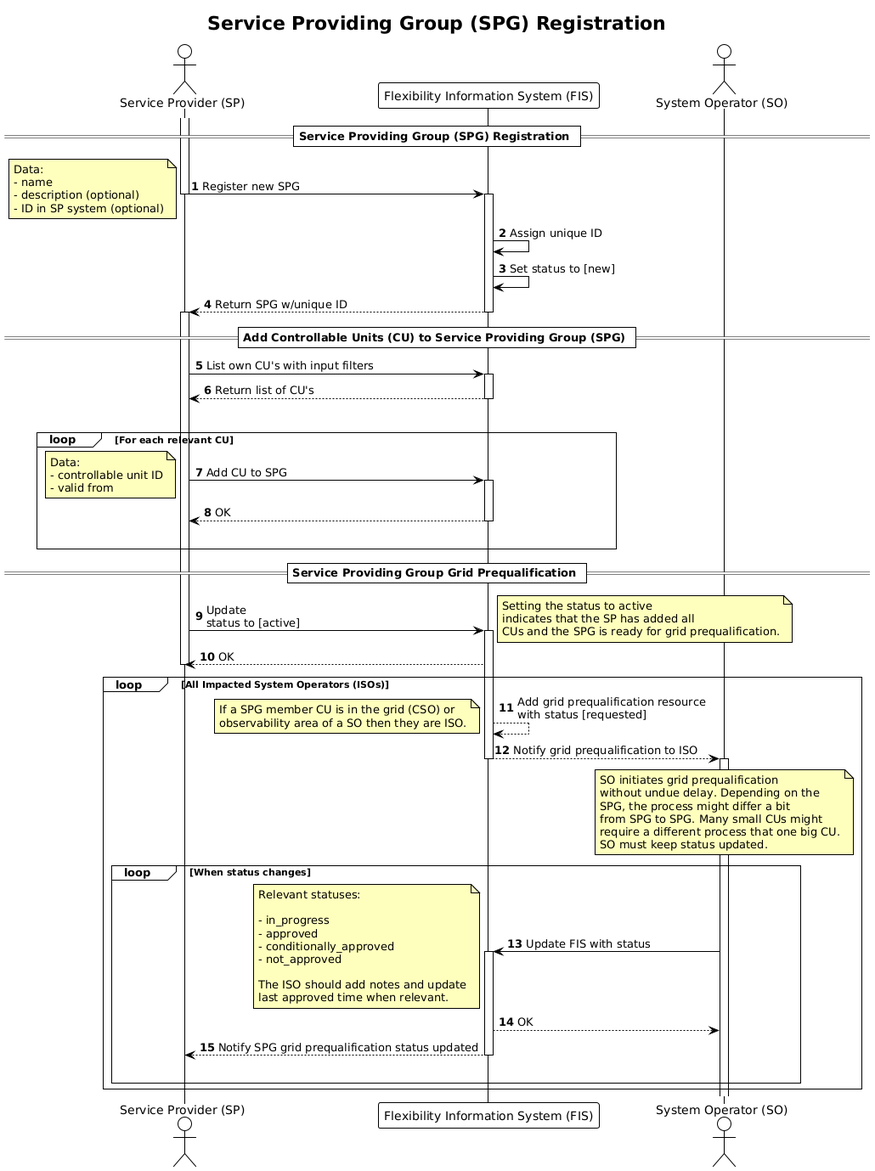
Earlier version of the PlantUML export docs/diagrams/service_providing_group_registration.png (elhub/flex-information-system).
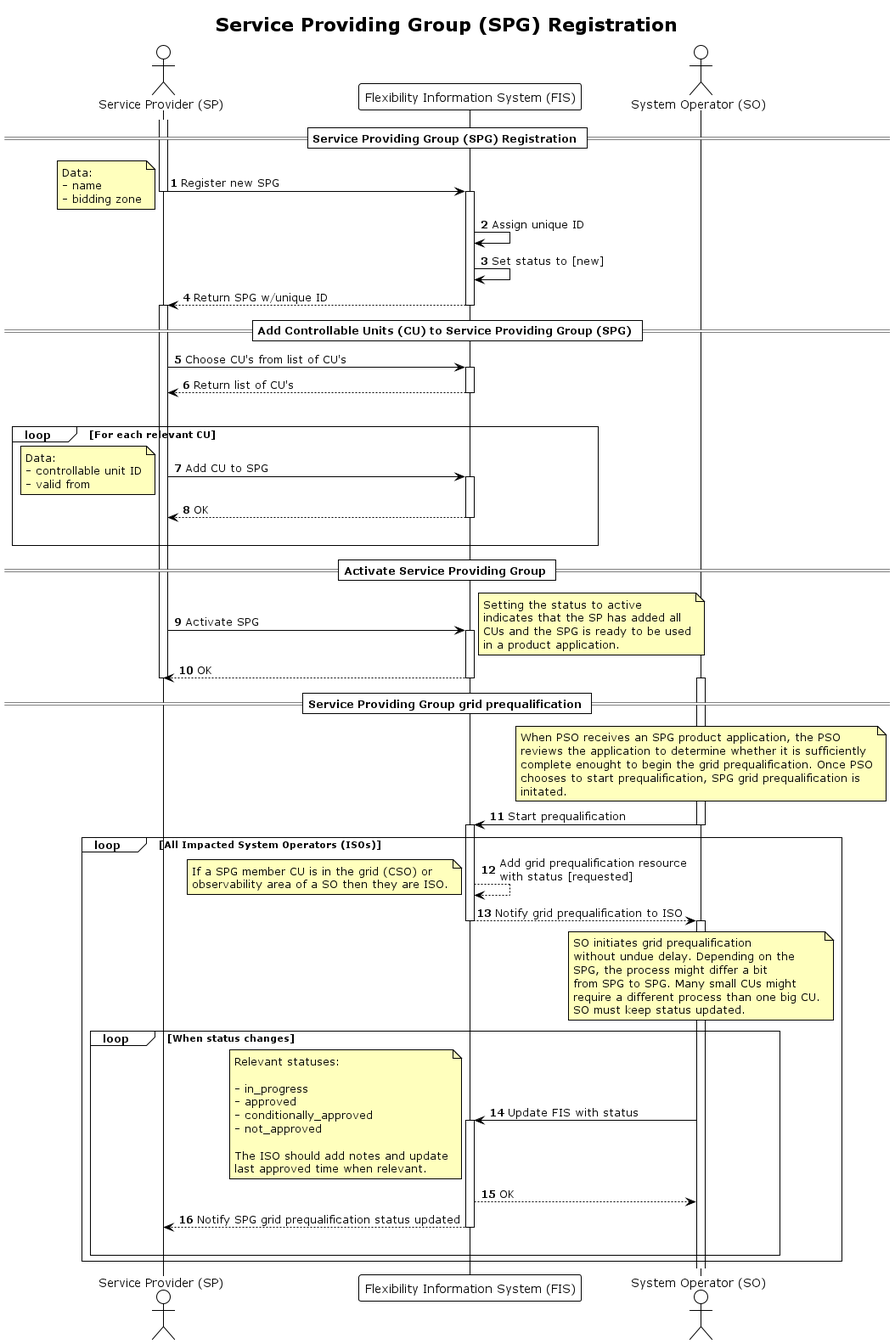
Later version of the same file.

Commit message:
docs: update SPG registration process (#885)

Diff of the diagram source:
```diff
@@ -22,8 +22,7 @@
 note left
     Data:
     - name
-    - description (optional)
-    - ID in SP system (optional)
+    - bidding zone
 end note
 
 activate FIS
@@ -35,10 +34,11 @@
 
 == Add Controllable Units (CU) to Service Providing Group (SPG) ==
 
-SP -> FIS: List own CU's with input filters
+SP -> FIS: Choose CU's from list of CU's
 activate FIS
 FIS --> SP: Return list of CU's
 deactivate FIS
+
 |||
 loop For each relevant CU
     SP -> FIS: Add CU to SPG
@@ -53,17 +53,35 @@
     |||
 end
 
-== Service Providing Group Grid Prequalification ==
+== Activate Service Providing Group ==
 
-SP -> FIS: Update\nstatus to [active]
+SP -> FIS: Activate SPG
+activate FIS
 note right
     Setting the status to active
     indicates that the SP has added all
-    CUs and the SPG is ready for grid prequalification.
+    CUs and the SPG is ready to be used
+    in a product application.
 end note
-activate FIS
 FIS --> SP: OK
 deactivate SP
+deactivate FIS
+
+== Service Providing Group grid prequalification ==
+
+
+note over SO
+    When PSO receives an SPG product application, the PSO
+    reviews the application to determine whether it is sufficiently
+    complete enought to begin the grid prequalification. Once PSO
+    chooses to start prequalification, SPG grid prequalification is
+    initated.
+end note
+
+activate SO
+SO -> FIS: Start prequalification
+deactivate SO
+activate FIS
 
 loop All Impacted System Operators (ISOs)
     FIS --> FIS: Add grid prequalification resource\nwith status [requested]
@@ -82,7 +100,7 @@
         without undue delay. Depending on the
         SPG, the process might differ a bit
         from SPG to SPG. Many small CUs might
-        require a different process that one big CU.
+        require a different process than one big CU.
         SO must keep status updated.
     end note
     loop When status changes
@@ -105,4 +123,6 @@
         |||
     end
 end
+
+
 @enduml
```
